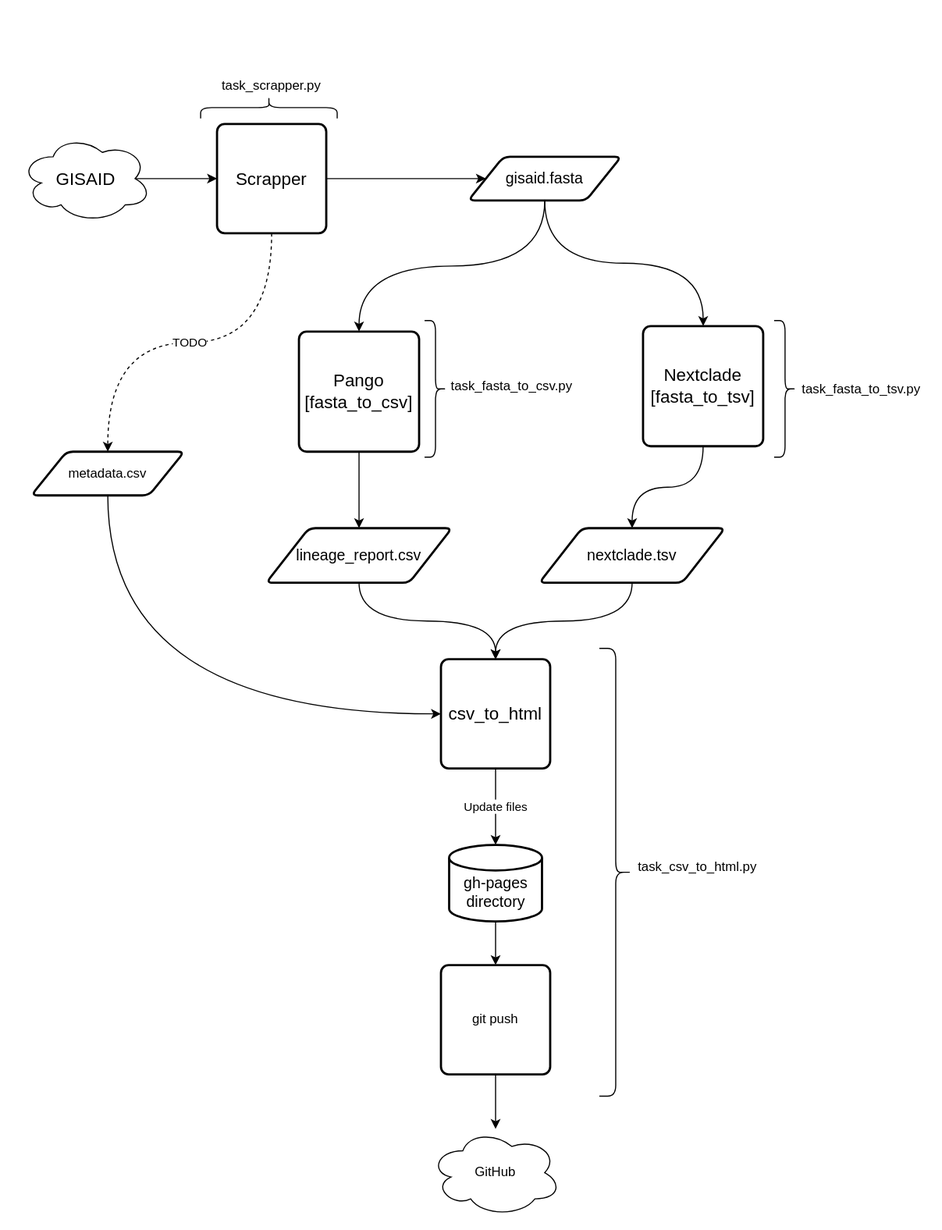
Before: doc/schema.svg, a diagram exported from draw.io (MI2DataLab/crs19-monitor). Source tidied: cells renumbered, new cells last; positions are measured from the earlier drawing's top-left corner, leaving out a move shared by most shapes. The source it was exported from:
```xml
<mxGraphModel>
  <root>
    <mxCell id="0" />
    <mxCell id="1" parent="0" />
    <mxCell id="2" style="edgeStyle=orthogonalEdgeStyle;curved=1;rounded=0;jettySize=auto;html=1;exitX=1;exitY=0.5;exitDx=0;exitDy=0;" parent="1" edge="1" source="4" target="9">
      <mxGeometry relative="1" as="geometry" />
    </mxCell>
    <mxCell id="3" value="TODO" style="edgeStyle=orthogonalEdgeStyle;curved=1;rounded=0;jettySize=auto;html=1;exitX=0.5;exitY=1;exitDx=0;exitDy=0;dashed=1;" parent="1" edge="1" source="4" target="18">
      <mxGeometry relative="1" as="geometry" />
    </mxCell>
    <mxCell id="4" value="&lt;div style=&quot;font-size: 16px&quot;&gt;&lt;font style=&quot;font-size: 16px&quot;&gt;Scrapper&lt;/font&gt;&lt;/div&gt;" style="rounded=1;whiteSpace=wrap;html=1;absoluteArcSize=1;arcSize=14;strokeWidth=2;" parent="1" vertex="1">
      <mxGeometry x="180" y="95" width="100" height="100" as="geometry" />
    </mxCell>
    <mxCell id="5" style="edgeStyle=orthogonalEdgeStyle;curved=1;rounded=0;jettySize=auto;html=1;exitX=0.875;exitY=0.5;exitDx=0;exitDy=0;exitPerimeter=0;" parent="1" edge="1" source="6" target="4">
      <mxGeometry relative="1" as="geometry" />
    </mxCell>
    <mxCell id="6" value="&lt;font style=&quot;font-size: 16px&quot;&gt;GISAID&lt;/font&gt;" style="ellipse;shape=cloud;whiteSpace=wrap;html=1;" parent="1" vertex="1">
      <mxGeometry y="105" width="120" height="80" as="geometry" />
    </mxCell>
    <mxCell id="7" style="edgeStyle=orthogonalEdgeStyle;curved=1;rounded=0;jettySize=auto;html=1;exitX=0.5;exitY=1;exitDx=0;exitDy=0;entryX=0.5;entryY=0;entryDx=0;entryDy=0;" parent="1" edge="1" source="9" target="11">
      <mxGeometry relative="1" as="geometry" />
    </mxCell>
    <mxCell id="8" style="edgeStyle=orthogonalEdgeStyle;curved=1;rounded=0;jettySize=auto;html=1;exitX=0.5;exitY=1;exitDx=0;exitDy=0;" parent="1" edge="1" source="9" target="32">
      <mxGeometry relative="1" as="geometry" />
    </mxCell>
    <mxCell id="9" value="&lt;font style=&quot;font-size: 14px&quot;&gt;gisaid.fasta&lt;/font&gt;" style="shape=parallelogram;html=1;strokeWidth=2;perimeter=parallelogramPerimeter;whiteSpace=wrap;rounded=1;arcSize=12;size=0.23;" parent="1" vertex="1">
      <mxGeometry x="410" y="125" width="140" height="40" as="geometry" />
    </mxCell>
    <mxCell id="10" style="edgeStyle=orthogonalEdgeStyle;curved=1;rounded=0;jettySize=auto;html=1;exitX=0.5;exitY=1;exitDx=0;exitDy=0;entryX=0.5;entryY=0;entryDx=0;entryDy=0;" parent="1" edge="1" source="11" target="14">
      <mxGeometry relative="1" as="geometry" />
    </mxCell>
    <mxCell id="11" value="&lt;div&gt;&lt;font style=&quot;font-size: 16px&quot;&gt;Pango&lt;br&gt;&lt;/font&gt;&lt;/div&gt;&lt;div&gt;&lt;font style=&quot;font-size: 16px&quot;&gt;[fasta_to_csv]&lt;/font&gt;&lt;/div&gt;" style="rounded=1;whiteSpace=wrap;html=1;absoluteArcSize=1;arcSize=14;strokeWidth=2;" parent="1" vertex="1">
      <mxGeometry x="255" y="285" width="110" height="110" as="geometry" />
    </mxCell>
    <mxCell id="12" style="edgeStyle=orthogonalEdgeStyle;curved=1;rounded=0;jettySize=auto;html=1;exitX=0.5;exitY=1;exitDx=0;exitDy=0;" parent="1" edge="1" source="32" target="16">
      <mxGeometry relative="1" as="geometry" />
    </mxCell>
    <mxCell id="13" style="edgeStyle=orthogonalEdgeStyle;curved=1;rounded=0;jettySize=auto;html=1;exitX=0.5;exitY=1;exitDx=0;exitDy=0;entryX=0.5;entryY=0;entryDx=0;entryDy=0;" parent="1" edge="1" source="14" target="20">
      <mxGeometry relative="1" as="geometry" />
    </mxCell>
    <mxCell id="14" value="&lt;font style=&quot;font-size: 14px&quot;&gt;lineage_report.csv&lt;/font&gt;" style="shape=parallelogram;html=1;strokeWidth=2;perimeter=parallelogramPerimeter;whiteSpace=wrap;rounded=1;arcSize=12;size=0.23;" parent="1" vertex="1">
      <mxGeometry x="225" y="465" width="170" height="50" as="geometry" />
    </mxCell>
    <mxCell id="15" style="edgeStyle=orthogonalEdgeStyle;curved=1;rounded=0;jettySize=auto;html=1;exitX=0.5;exitY=1;exitDx=0;exitDy=0;entryX=0.5;entryY=0;entryDx=0;entryDy=0;" parent="1" edge="1" source="16" target="20">
      <mxGeometry relative="1" as="geometry" />
    </mxCell>
    <mxCell id="16" value="&lt;font style=&quot;font-size: 14px&quot;&gt;nextclade.tsv&lt;/font&gt;" style="shape=parallelogram;html=1;strokeWidth=2;perimeter=parallelogramPerimeter;whiteSpace=wrap;rounded=1;arcSize=12;size=0.23;" parent="1" vertex="1">
      <mxGeometry x="475" y="465" width="170" height="50" as="geometry" />
    </mxCell>
    <mxCell id="17" style="edgeStyle=orthogonalEdgeStyle;curved=1;rounded=0;jettySize=auto;html=1;exitX=0.5;exitY=1;exitDx=0;exitDy=0;entryX=0;entryY=0.5;entryDx=0;entryDy=0;" parent="1" edge="1" source="18" target="20">
      <mxGeometry relative="1" as="geometry" />
    </mxCell>
    <mxCell id="18" value="metadata.csv" style="shape=parallelogram;html=1;strokeWidth=2;perimeter=parallelogramPerimeter;whiteSpace=wrap;rounded=1;arcSize=12;size=0.23;" parent="1" vertex="1">
      <mxGeometry x="10" y="395" width="140" height="40" as="geometry" />
    </mxCell>
    <mxCell id="19" value="Update files" style="edgeStyle=orthogonalEdgeStyle;curved=1;rounded=0;orthogonalLoop=1;jettySize=auto;html=1;exitX=0.5;exitY=1;exitDx=0;exitDy=0;entryX=0.5;entryY=0;entryDx=0;entryDy=0;entryPerimeter=0;" parent="1" edge="1">
      <mxGeometry relative="1" as="geometry">
        <mxPoint x="435" y="685" as="sourcePoint" />
        <mxPoint x="435" y="755" as="targetPoint" />
      </mxGeometry>
    </mxCell>
    <mxCell id="20" value="&lt;font style=&quot;font-size: 16px&quot;&gt;csv_to_html&lt;/font&gt;" style="rounded=1;whiteSpace=wrap;html=1;absoluteArcSize=1;arcSize=14;strokeWidth=2;" parent="1" vertex="1">
      <mxGeometry x="385" y="585" width="100" height="100" as="geometry" />
    </mxCell>
    <mxCell id="21" style="edgeStyle=orthogonalEdgeStyle;curved=1;rounded=0;jettySize=auto;html=1;exitX=0.5;exitY=1;exitDx=0;exitDy=0;exitPerimeter=0;entryX=0.5;entryY=0;entryDx=0;entryDy=0;" parent="1" edge="1" source="22" target="24">
      <mxGeometry relative="1" as="geometry" />
    </mxCell>
    <mxCell id="22" value="&lt;div style=&quot;font-size: 14px&quot;&gt;&lt;font style=&quot;font-size: 14px&quot;&gt;&lt;br&gt;&lt;/font&gt;&lt;/div&gt;&lt;div style=&quot;font-size: 14px&quot;&gt;&lt;font style=&quot;font-size: 14px&quot;&gt;gh-pages&lt;/font&gt;&lt;/div&gt;&lt;div style=&quot;font-size: 14px&quot;&gt;&lt;font style=&quot;font-size: 14px&quot;&gt;directory&lt;br&gt;&lt;/font&gt;&lt;/div&gt;" style="strokeWidth=2;html=1;shape=mxgraph.flowchart.database;whiteSpace=wrap;" parent="1" vertex="1">
      <mxGeometry x="392.5" y="755" width="85" height="70" as="geometry" />
    </mxCell>
    <mxCell id="23" style="edgeStyle=orthogonalEdgeStyle;curved=1;rounded=0;jettySize=auto;html=1;exitX=0.5;exitY=1;exitDx=0;exitDy=0;" parent="1" edge="1" source="24" target="25">
      <mxGeometry relative="1" as="geometry" />
    </mxCell>
    <mxCell id="24" value="git push" style="rounded=1;whiteSpace=wrap;html=1;absoluteArcSize=1;arcSize=14;strokeWidth=2;" parent="1" vertex="1">
      <mxGeometry x="385" y="865" width="100" height="100" as="geometry" />
    </mxCell>
    <mxCell id="25" value="GitHub" style="ellipse;shape=cloud;whiteSpace=wrap;html=1;" parent="1" vertex="1">
      <mxGeometry x="375" y="1015" width="120" height="80" as="geometry" />
    </mxCell>
    <mxCell id="26" style="group;" parent="1" vertex="1">
      <mxGeometry x="530" y="575" width="150" height="410" as="geometry" />
    </mxCell>
    <mxCell id="27" style="shape=curlyBracket;whiteSpace=wrap;html=1;rounded=1;rotation=-180;size=0.5;" parent="26" vertex="1">
      <mxGeometry width="30" height="410" as="geometry" />
    </mxCell>
    <mxCell id="28" value="&lt;div&gt;task_csv_to_html.py&lt;/div&gt;" style="text;html=1;strokeColor=none;fillColor=none;align=center;verticalAlign=middle;whiteSpace=wrap;rounded=0;" parent="26" vertex="1">
      <mxGeometry x="30" y="190" width="120" height="20" as="geometry" />
    </mxCell>
    <mxCell id="29" style="group;" parent="1" vertex="1">
      <mxGeometry x="370" y="275" width="140" height="125" as="geometry" />
    </mxCell>
    <mxCell id="30" style="shape=curlyBracket;whiteSpace=wrap;html=1;rounded=1;flipV=1;flipH=1;" parent="29" vertex="1">
      <mxGeometry width="20" height="125" as="geometry" />
    </mxCell>
    <mxCell id="31" value="&lt;div&gt;task_fasta_to_csv.py&lt;/div&gt;" style="text;html=1;strokeColor=none;fillColor=none;align=center;verticalAlign=middle;whiteSpace=wrap;rounded=0;" parent="29" vertex="1">
      <mxGeometry x="20" y="50" width="120" height="20" as="geometry" />
    </mxCell>
    <mxCell id="32" value="&lt;div&gt;&lt;br&gt;&lt;/div&gt;&lt;div style=&quot;font-size: 16px&quot;&gt;Nextclade&lt;br&gt;&lt;/div&gt;&lt;div style=&quot;font-size: 16px&quot;&gt;&lt;font style=&quot;font-size: 16px&quot;&gt;[fasta_to_tsv]&lt;/font&gt;&lt;/div&gt;&lt;div&gt;&lt;br&gt;&lt;/div&gt;" style="rounded=1;whiteSpace=wrap;html=1;absoluteArcSize=1;arcSize=14;strokeWidth=2;" parent="1" vertex="1">
      <mxGeometry x="570" y="280" width="110" height="110" as="geometry" />
    </mxCell>
    <mxCell id="33" style="group;" parent="1" vertex="1">
      <mxGeometry x="690" y="275" width="140" height="125" as="geometry" />
    </mxCell>
    <mxCell id="34" value="&lt;div&gt;task_fasta_to_tsv.py&lt;/div&gt;" style="text;html=1;strokeColor=none;fillColor=none;align=center;verticalAlign=middle;whiteSpace=wrap;rounded=0;" parent="33" vertex="1">
      <mxGeometry x="20" y="52.5" width="120" height="20" as="geometry" />
    </mxCell>
    <mxCell id="35" style="shape=curlyBracket;whiteSpace=wrap;html=1;rounded=1;flipV=1;flipH=1;" parent="33" vertex="1">
      <mxGeometry width="20" height="125" as="geometry" />
    </mxCell>
    <mxCell id="36" style="group;" parent="1" vertex="1">
      <mxGeometry x="150" width="140" height="125" as="geometry" />
    </mxCell>
    <mxCell id="37" style="group;" parent="36" vertex="1">
      <mxGeometry width="140" height="125" as="geometry" />
    </mxCell>
    <mxCell id="38" value="&lt;div&gt;task_scrapper.py&lt;/div&gt;" style="text;html=1;strokeColor=none;fillColor=none;align=center;verticalAlign=middle;whiteSpace=wrap;rounded=0;" parent="37" vertex="1">
      <mxGeometry x="20" y="50" width="120" height="20" as="geometry" />
    </mxCell>
    <mxCell id="39" style="shape=curlyBracket;whiteSpace=wrap;html=1;rounded=1;flipV=1;flipH=1;direction=north;" parent="36" vertex="1">
      <mxGeometry x="15" y="70" width="125" height="20" as="geometry" />
    </mxCell>
  </root>
</mxGraphModel>
```
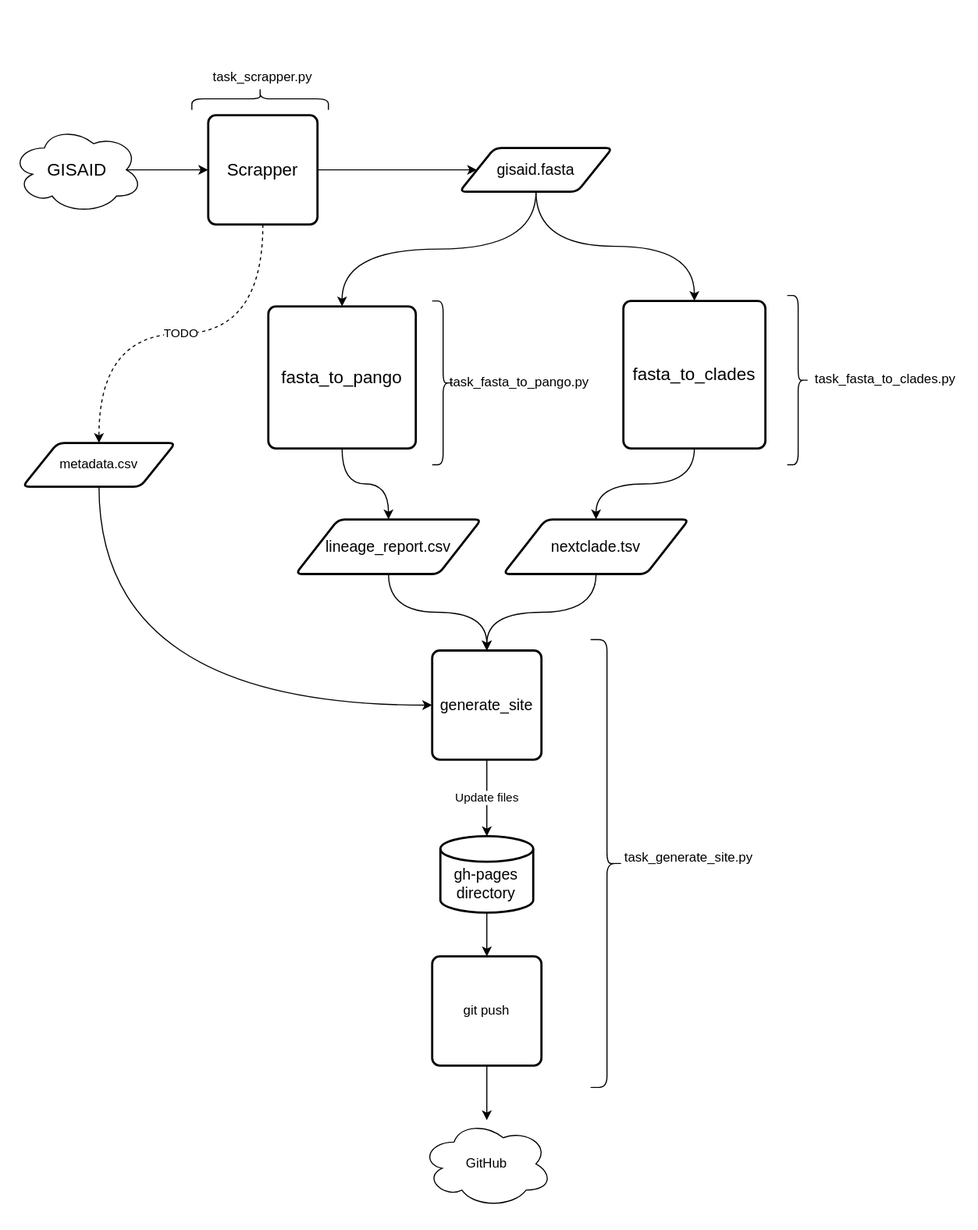
After the change.

Change to the diagram source:
```diff
@@ -29,8 +29,8 @@
     <mxCell id="10" style="edgeStyle=orthogonalEdgeStyle;curved=1;rounded=0;jettySize=auto;html=1;exitX=0.5;exitY=1;exitDx=0;exitDy=0;entryX=0.5;entryY=0;entryDx=0;entryDy=0;" parent="1" edge="1" source="11" target="14">
       <mxGeometry relative="1" as="geometry" />
     </mxCell>
-    <mxCell id="11" value="&lt;div&gt;&lt;font style=&quot;font-size: 16px&quot;&gt;Pango&lt;br&gt;&lt;/font&gt;&lt;/div&gt;&lt;div&gt;&lt;font style=&quot;font-size: 16px&quot;&gt;[fasta_to_csv]&lt;/font&gt;&lt;/div&gt;" style="rounded=1;whiteSpace=wrap;html=1;absoluteArcSize=1;arcSize=14;strokeWidth=2;" parent="1" vertex="1">
-      <mxGeometry x="255" y="285" width="110" height="110" as="geometry" />
+    <mxCell id="11" value="&lt;div&gt;&lt;font style=&quot;font-size: 16px&quot;&gt;fasta_to_pango&lt;/font&gt;&lt;/div&gt;" style="rounded=1;whiteSpace=wrap;html=1;absoluteArcSize=1;arcSize=14;strokeWidth=2;" parent="1" vertex="1">
+      <mxGeometry x="235" y="270" width="135" height="130" as="geometry" />
     </mxCell>
     <mxCell id="12" style="edgeStyle=orthogonalEdgeStyle;curved=1;rounded=0;jettySize=auto;html=1;exitX=0.5;exitY=1;exitDx=0;exitDy=0;" parent="1" edge="1" source="32" target="16">
       <mxGeometry relative="1" as="geometry" />
@@ -39,13 +39,13 @@
       <mxGeometry relative="1" as="geometry" />
     </mxCell>
     <mxCell id="14" value="&lt;font style=&quot;font-size: 14px&quot;&gt;lineage_report.csv&lt;/font&gt;" style="shape=parallelogram;html=1;strokeWidth=2;perimeter=parallelogramPerimeter;whiteSpace=wrap;rounded=1;arcSize=12;size=0.23;" parent="1" vertex="1">
-      <mxGeometry x="225" y="465" width="170" height="50" as="geometry" />
+      <mxGeometry x="260" y="465" width="170" height="50" as="geometry" />
     </mxCell>
     <mxCell id="15" style="edgeStyle=orthogonalEdgeStyle;curved=1;rounded=0;jettySize=auto;html=1;exitX=0.5;exitY=1;exitDx=0;exitDy=0;entryX=0.5;entryY=0;entryDx=0;entryDy=0;" parent="1" edge="1" source="16" target="20">
       <mxGeometry relative="1" as="geometry" />
     </mxCell>
     <mxCell id="16" value="&lt;font style=&quot;font-size: 14px&quot;&gt;nextclade.tsv&lt;/font&gt;" style="shape=parallelogram;html=1;strokeWidth=2;perimeter=parallelogramPerimeter;whiteSpace=wrap;rounded=1;arcSize=12;size=0.23;" parent="1" vertex="1">
-      <mxGeometry x="475" y="465" width="170" height="50" as="geometry" />
+      <mxGeometry x="450" y="465" width="170" height="50" as="geometry" />
     </mxCell>
     <mxCell id="17" style="edgeStyle=orthogonalEdgeStyle;curved=1;rounded=0;jettySize=auto;html=1;exitX=0.5;exitY=1;exitDx=0;exitDy=0;entryX=0;entryY=0.5;entryDx=0;entryDy=0;" parent="1" edge="1" source="18" target="20">
       <mxGeometry relative="1" as="geometry" />
@@ -59,7 +59,7 @@
         <mxPoint x="435" y="755" as="targetPoint" />
       </mxGeometry>
     </mxCell>
-    <mxCell id="20" value="&lt;font style=&quot;font-size: 16px&quot;&gt;csv_to_html&lt;/font&gt;" style="rounded=1;whiteSpace=wrap;html=1;absoluteArcSize=1;arcSize=14;strokeWidth=2;" parent="1" vertex="1">
+    <mxCell id="20" value="&lt;font style=&quot;font-size: 14px&quot;&gt;generate_site&lt;/font&gt;" style="rounded=1;whiteSpace=wrap;html=1;absoluteArcSize=1;arcSize=14;strokeWidth=2;" parent="1" vertex="1">
       <mxGeometry x="385" y="585" width="100" height="100" as="geometry" />
     </mxCell>
     <mxCell id="21" style="edgeStyle=orthogonalEdgeStyle;curved=1;rounded=0;jettySize=auto;html=1;exitX=0.5;exitY=1;exitDx=0;exitDy=0;exitPerimeter=0;entryX=0.5;entryY=0;entryDx=0;entryDy=0;" parent="1" edge="1" source="22" target="24">
@@ -83,29 +83,29 @@
     <mxCell id="27" style="shape=curlyBracket;whiteSpace=wrap;html=1;rounded=1;rotation=-180;size=0.5;" parent="26" vertex="1">
       <mxGeometry width="30" height="410" as="geometry" />
     </mxCell>
-    <mxCell id="28" value="&lt;div&gt;task_csv_to_html.py&lt;/div&gt;" style="text;html=1;strokeColor=none;fillColor=none;align=center;verticalAlign=middle;whiteSpace=wrap;rounded=0;" parent="26" vertex="1">
+    <mxCell id="28" value="&lt;div&gt;task_generate_site.py&lt;/div&gt;" style="text;html=1;strokeColor=none;fillColor=none;align=center;verticalAlign=middle;whiteSpace=wrap;rounded=0;" parent="26" vertex="1">
       <mxGeometry x="30" y="190" width="120" height="20" as="geometry" />
     </mxCell>
     <mxCell id="29" style="group;" parent="1" vertex="1">
-      <mxGeometry x="370" y="275" width="140" height="125" as="geometry" />
+      <mxGeometry x="365" y="275" width="140" height="140" as="geometry" />
     </mxCell>
     <mxCell id="30" style="shape=curlyBracket;whiteSpace=wrap;html=1;rounded=1;flipV=1;flipH=1;" parent="29" vertex="1">
-      <mxGeometry width="20" height="125" as="geometry" />
+      <mxGeometry x="20" y="-10" width="20" height="150" as="geometry" />
     </mxCell>
-    <mxCell id="31" value="&lt;div&gt;task_fasta_to_csv.py&lt;/div&gt;" style="text;html=1;strokeColor=none;fillColor=none;align=center;verticalAlign=middle;whiteSpace=wrap;rounded=0;" parent="29" vertex="1">
-      <mxGeometry x="20" y="50" width="120" height="20" as="geometry" />
+    <mxCell id="31" value="&lt;div&gt;task_fasta_to_pango.py&lt;/div&gt;" style="text;html=1;strokeColor=none;fillColor=none;align=center;verticalAlign=middle;whiteSpace=wrap;rounded=0;" parent="29" vertex="1">
+      <mxGeometry x="40" y="55" width="120" height="20" as="geometry" />
     </mxCell>
-    <mxCell id="32" value="&lt;div&gt;&lt;br&gt;&lt;/div&gt;&lt;div style=&quot;font-size: 16px&quot;&gt;Nextclade&lt;br&gt;&lt;/div&gt;&lt;div style=&quot;font-size: 16px&quot;&gt;&lt;font style=&quot;font-size: 16px&quot;&gt;[fasta_to_tsv]&lt;/font&gt;&lt;/div&gt;&lt;div&gt;&lt;br&gt;&lt;/div&gt;" style="rounded=1;whiteSpace=wrap;html=1;absoluteArcSize=1;arcSize=14;strokeWidth=2;" parent="1" vertex="1">
-      <mxGeometry x="570" y="280" width="110" height="110" as="geometry" />
+    <mxCell id="32" value="&lt;div&gt;&lt;br&gt;&lt;/div&gt;&lt;div style=&quot;font-size: 16px&quot;&gt;&lt;font style=&quot;font-size: 16px&quot;&gt;fasta_to_clades&lt;/font&gt;&lt;/div&gt;&lt;div&gt;&lt;br&gt;&lt;/div&gt;" style="rounded=1;whiteSpace=wrap;html=1;absoluteArcSize=1;arcSize=14;strokeWidth=2;" parent="1" vertex="1">
+      <mxGeometry x="560" y="265" width="130" height="135" as="geometry" />
     </mxCell>
     <mxCell id="33" style="group;" parent="1" vertex="1">
-      <mxGeometry x="690" y="275" width="140" height="125" as="geometry" />
+      <mxGeometry x="710" y="275" width="140" height="125" as="geometry" />
     </mxCell>
-    <mxCell id="34" value="&lt;div&gt;task_fasta_to_tsv.py&lt;/div&gt;" style="text;html=1;strokeColor=none;fillColor=none;align=center;verticalAlign=middle;whiteSpace=wrap;rounded=0;" parent="33" vertex="1">
-      <mxGeometry x="20" y="52.5" width="120" height="20" as="geometry" />
+    <mxCell id="34" value="&lt;div&gt;task_fasta_to_clades.py&lt;/div&gt;" style="text;html=1;strokeColor=none;fillColor=none;align=center;verticalAlign=middle;whiteSpace=wrap;rounded=0;" parent="33" vertex="1">
+      <mxGeometry x="30" y="52.5" width="120" height="20" as="geometry" />
     </mxCell>
     <mxCell id="35" style="shape=curlyBracket;whiteSpace=wrap;html=1;rounded=1;flipV=1;flipH=1;" parent="33" vertex="1">
-      <mxGeometry width="20" height="125" as="geometry" />
+      <mxGeometry y="-15" width="20" height="155" as="geometry" />
     </mxCell>
     <mxCell id="36" style="group;" parent="1" vertex="1">
       <mxGeometry x="150" width="140" height="125" as="geometry" />
```
